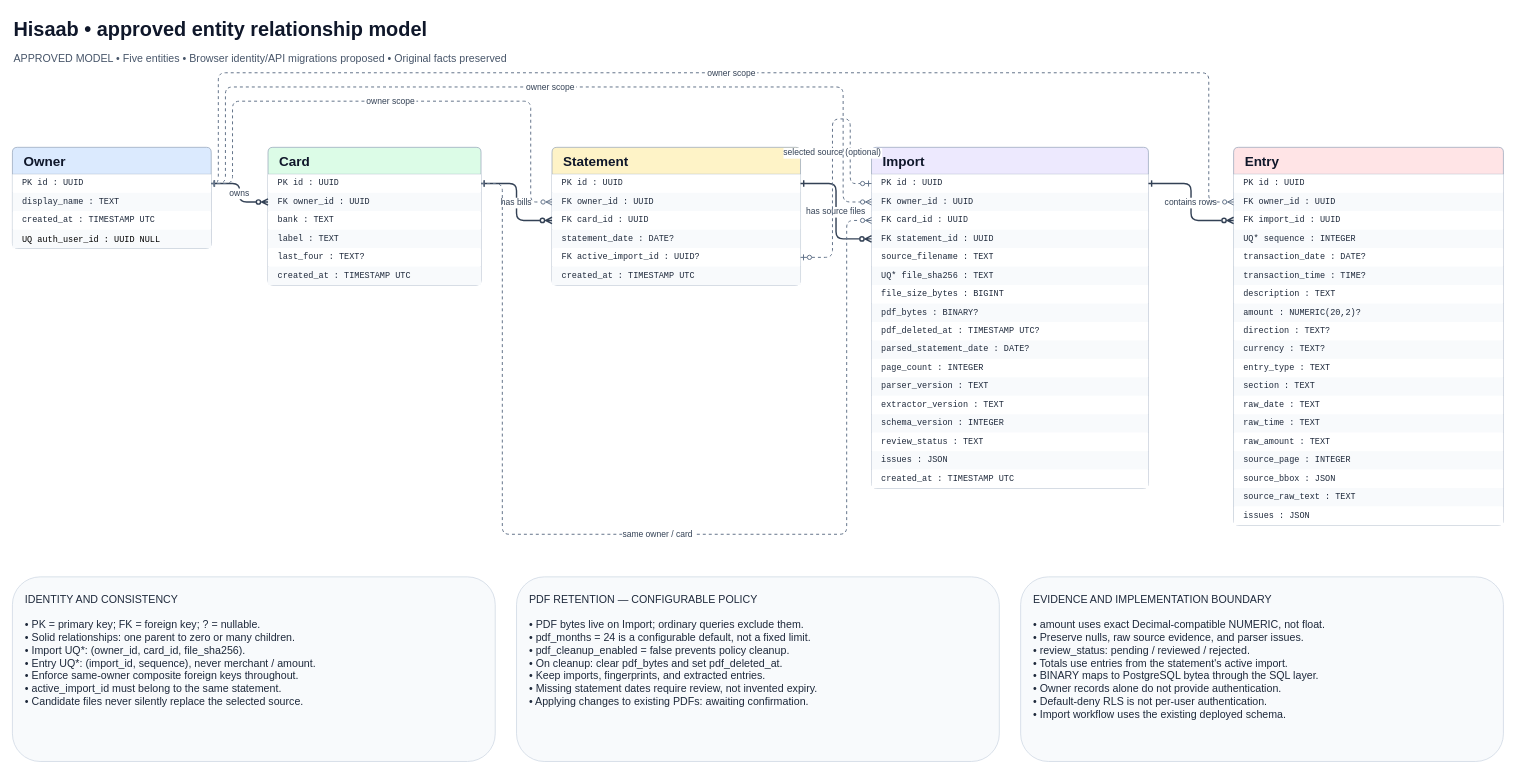
Earlier version of the draw.io diagram docs/schema/hisaab-er.drawio (furquan1993/hisaab). Source tidied: cells renumbered, new cells numbered last; positions are measured from the earlier drawing's top-left corner, leaving out a move shared by most shapes. Both pictures are drawn from the tidied source at 71%, with x=0, y=0 at pixel (12, 12).
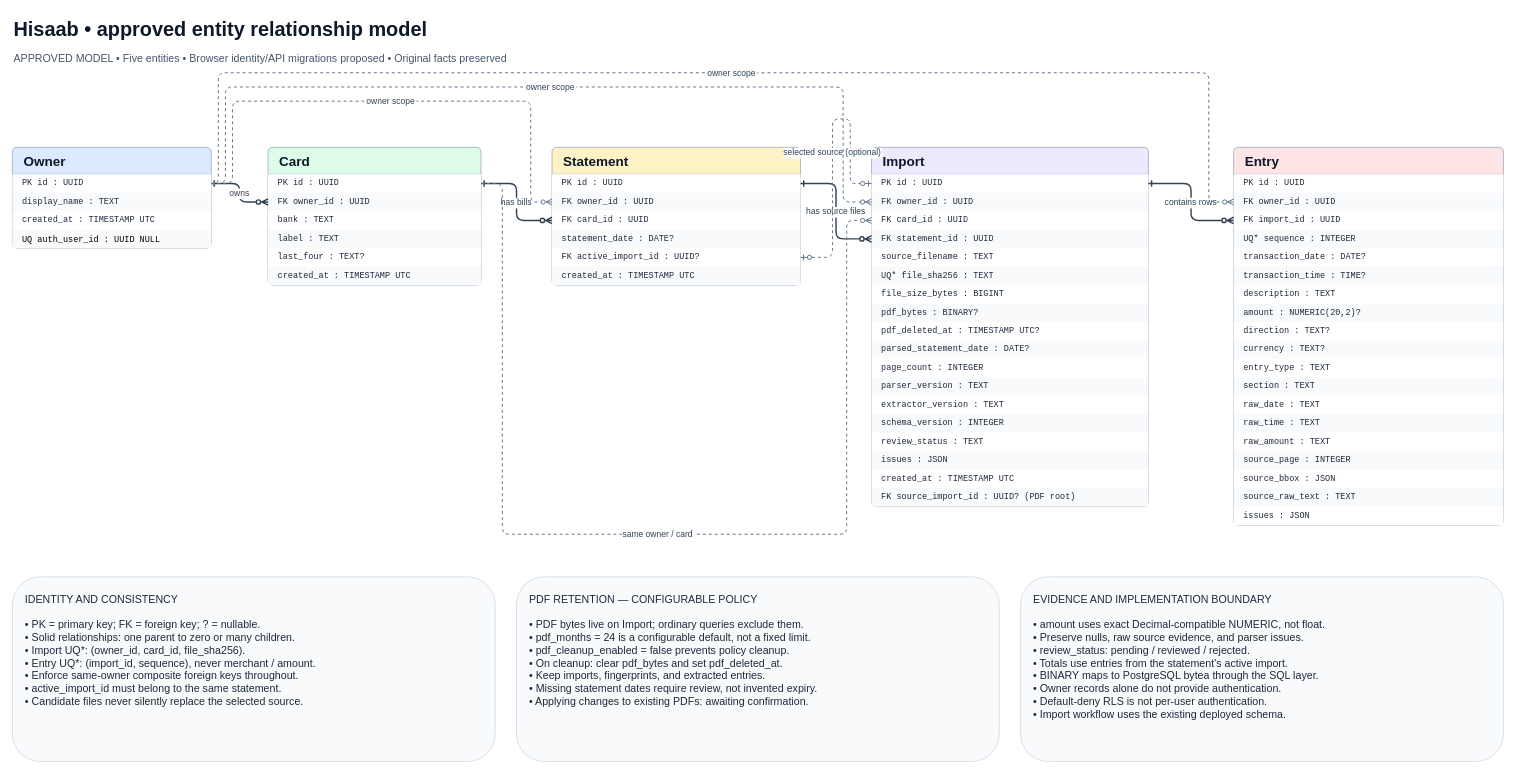
The same page after the edit.

The edit, as a diff of the source:
```diff
@@
     <mxCell id="23" value="Import" style="swimlane;html=0;startSize=38;horizontal=1;rounded=1;arcSize=6;fillColor=#ede9fe;swimlaneFillColor=#ffffff;strokeColor=#94a3b8;fontSize=19;fontStyle=1;fontColor=#0f172a;align=left;spacingLeft=14;" parent="1" vertex="1">
-      <mxGeometry x="1210" y="190" width="390" height="480" as="geometry" />
+      <mxGeometry x="1210" y="190" width="390" height="506" as="geometry" />
     </mxCell>
@@
+    <mxCell id="73" value="FK  source_import_id : UUID? (PDF root)" style="text;html=0;align=left;verticalAlign=middle;spacingLeft=12;whiteSpace=wrap;overflow=hidden;fontFamily=Courier New;fontSize=12;fontColor=#1e293b;fillColor=#f8fafc;strokeColor=none;" parent="23" vertex="1">
+      <mxGeometry y="480" width="390" height="26" as="geometry" />
+    </mxCell>
```
